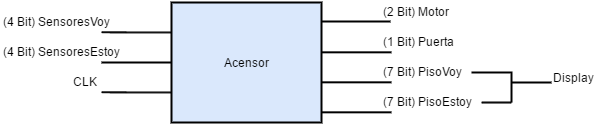
Above: Pictures/EntidadAscensor.png in enheragu/Elevator-VHDL (draw.io), before the change. Source tidied: cells renumbered, new cells last; positions are measured from the earlier drawing's top-left corner, leaving out a move shared by most shapes. Source of this version:
```xml
<mxGraphModel>
  <root>
    <mxCell id="0" style="html=1;" />
    <mxCell id="1" style="html=1;" parent="0" />
    <mxCell id="2" style="edgeStyle=orthogonalEdgeStyle;rounded=0;html=1;exitX=0;exitY=0.5;endArrow=none;endFill=0;jettySize=auto;strokeWidth=2;" parent="1" edge="1" source="6">
      <mxGeometry relative="1" as="geometry">
        <mxPoint x="100" y="60" as="targetPoint" />
      </mxGeometry>
    </mxCell>
    <mxCell id="3" style="edgeStyle=orthogonalEdgeStyle;rounded=0;html=1;exitX=0;exitY=0.25;endArrow=none;endFill=0;jettySize=auto;strokeWidth=2;" parent="1" edge="1" source="6">
      <mxGeometry relative="1" as="geometry">
        <mxPoint x="100" y="29.8" as="targetPoint" />
      </mxGeometry>
    </mxCell>
    <mxCell id="4" style="edgeStyle=orthogonalEdgeStyle;rounded=0;html=1;exitX=0;exitY=0.75;endArrow=none;endFill=0;jettySize=auto;strokeWidth=2;" parent="1" edge="1" source="6">
      <mxGeometry relative="1" as="geometry">
        <mxPoint x="100" y="89.8" as="targetPoint" />
      </mxGeometry>
    </mxCell>
    <mxCell id="5" style="edgeStyle=orthogonalEdgeStyle;rounded=0;html=1;exitX=1.006;exitY=0.139;endArrow=none;endFill=0;jettySize=auto;orthogonalLoop=1;strokeWidth=2;exitPerimeter=0;" parent="1" edge="1">
      <mxGeometry relative="1" as="geometry">
        <mxPoint x="319.7" y="19.3" as="sourcePoint" />
        <mxPoint x="389" y="19" as="targetPoint" />
        <Array as="points">
          <mxPoint x="389" y="19" />
        </Array>
      </mxGeometry>
    </mxCell>
    <mxCell id="6" value="Acensor" style="whiteSpace=wrap;html=1;strokeWidth=2;fillColor=#dae8fc;strokeColor=#000000;" parent="1" vertex="1">
      <mxGeometry x="170" width="150" height="120" as="geometry" />
    </mxCell>
    <mxCell id="7" value="(4 Bit) SensoresEstoy" style="text;html=1;align=left;verticalAlign=top;spacingTop=-4;" parent="1" vertex="1">
      <mxGeometry y="40" width="130" height="20" as="geometry" />
    </mxCell>
    <mxCell id="8" style="edgeStyle=orthogonalEdgeStyle;rounded=0;html=1;endArrow=none;endFill=0;jettySize=auto;strokeWidth=2;" parent="1" edge="1" source="9">
      <mxGeometry relative="1" as="geometry">
        <mxPoint x="510" y="100" as="targetPoint" />
      </mxGeometry>
    </mxCell>
    <mxCell id="9" value="(7 Bit) PisoEstoy" style="text;html=1;points=[];align=left;verticalAlign=top;spacingTop=-4;" parent="1" vertex="1">
      <mxGeometry x="380" y="90" width="100" height="20" as="geometry" />
    </mxCell>
    <mxCell id="10" style="edgeStyle=orthogonalEdgeStyle;rounded=0;html=1;exitX=1;exitY=0.75;endArrow=none;endFill=0;jettySize=auto;orthogonalLoop=1;strokeWidth=2;" parent="1" edge="1">
      <mxGeometry x="-439.9" y="-270.2" as="geometry">
        <mxPoint x="320.1" y="49.8" as="sourcePoint" />
        <mxPoint x="390" y="49.8" as="targetPoint" />
      </mxGeometry>
    </mxCell>
    <mxCell id="11" style="edgeStyle=orthogonalEdgeStyle;rounded=0;html=1;exitX=1;exitY=0.75;endArrow=none;endFill=0;jettySize=auto;orthogonalLoop=1;strokeWidth=2;" parent="1" edge="1">
      <mxGeometry x="-439.9" y="-210.2" as="geometry">
        <mxPoint x="320.1" y="109.8" as="sourcePoint" />
        <mxPoint x="390" y="109.8" as="targetPoint" />
      </mxGeometry>
    </mxCell>
    <mxCell id="12" style="edgeStyle=orthogonalEdgeStyle;rounded=0;html=1;exitX=1;exitY=0.75;endArrow=none;endFill=0;jettySize=auto;orthogonalLoop=1;strokeWidth=2;" parent="1" edge="1">
      <mxGeometry x="-439.9" y="-240.2" as="geometry">
        <mxPoint x="320.1" y="79.8" as="sourcePoint" />
        <mxPoint x="390" y="79.8" as="targetPoint" />
      </mxGeometry>
    </mxCell>
    <mxCell id="13" style="edgeStyle=orthogonalEdgeStyle;rounded=0;html=1;endArrow=none;endFill=0;jettySize=auto;strokeWidth=2;" parent="1" edge="1" source="14">
      <mxGeometry relative="1" as="geometry">
        <mxPoint x="510" y="100" as="targetPoint" />
      </mxGeometry>
    </mxCell>
    <mxCell id="14" value="(7 Bit) PisoVoy" style="text;html=1;points=[];align=left;verticalAlign=top;spacingTop=-4;" parent="1" vertex="1">
      <mxGeometry x="380" y="60" width="90" height="20" as="geometry" />
    </mxCell>
    <mxCell id="15" value="(1 Bit) Puerta" style="text;html=1;align=left;verticalAlign=top;spacingTop=-4;" parent="1" vertex="1">
      <mxGeometry x="380" y="30" width="90" height="20" as="geometry" />
    </mxCell>
    <mxCell id="16" value="(2 Bit) Motor" style="text;html=1;align=left;verticalAlign=top;spacingTop=-4;" parent="1" vertex="1">
      <mxGeometry x="380" width="80" height="20" as="geometry" />
    </mxCell>
    <mxCell id="17" value="(4 Bit) SensoresVoy" style="text;html=1;points=[];align=left;verticalAlign=top;spacingTop=-4;" parent="1" vertex="1">
      <mxGeometry y="10" width="120" height="20" as="geometry" />
    </mxCell>
    <mxCell id="18" value="CLK" style="text;html=1;align=left;verticalAlign=top;spacingTop=-4;" parent="1" vertex="1">
      <mxGeometry x="70" y="70" width="40" height="20" as="geometry" />
    </mxCell>
    <mxCell id="19" style="endArrow=none;html=1;strokeWidth=2;endFill=0;" parent="1" edge="1">
      <mxGeometry relative="1" as="geometry">
        <mxPoint x="510" y="80" as="sourcePoint" />
        <mxPoint x="550" y="80" as="targetPoint" />
        <Array as="points">
          <mxPoint x="530" y="80" />
        </Array>
      </mxGeometry>
    </mxCell>
    <mxCell id="20" value="Display" style="text;html=1;align=left;verticalAlign=top;spacingTop=-4;" parent="1" vertex="1">
      <mxGeometry x="550" y="66" width="60" height="20" as="geometry" />
    </mxCell>
  </root>
</mxGraphModel>
```
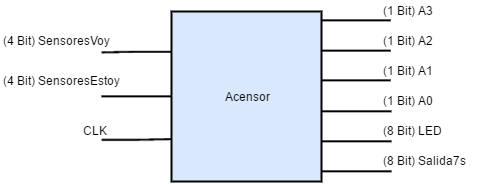
After the change.

The edit, as a diff of the source:
```diff
@@ -4,17 +4,27 @@
     <mxCell id="1" style="html=1;" parent="0" />
     <mxCell id="2" style="edgeStyle=orthogonalEdgeStyle;rounded=0;html=1;exitX=0;exitY=0.5;endArrow=none;endFill=0;jettySize=auto;strokeWidth=2;" parent="1" edge="1" source="6">
       <mxGeometry relative="1" as="geometry">
-        <mxPoint x="100" y="60" as="targetPoint" />
+        <mxPoint x="100" y="35" as="targetPoint" />
+        <Array as="points">
+          <mxPoint x="100" y="35" />
+        </Array>
       </mxGeometry>
     </mxCell>
-    <mxCell id="3" style="edgeStyle=orthogonalEdgeStyle;rounded=0;html=1;exitX=0;exitY=0.25;endArrow=none;endFill=0;jettySize=auto;strokeWidth=2;" parent="1" edge="1" source="6">
+    <mxCell id="3" style="edgeStyle=orthogonalEdgeStyle;rounded=0;html=1;exitX=0;exitY=0.25;endArrow=none;endFill=0;jettySize=auto;strokeWidth=2;entryX=0.834;entryY=1.05;entryPerimeter=0;" parent="1" edge="1" target="17">
       <mxGeometry relative="1" as="geometry">
-        <mxPoint x="100" y="29.8" as="targetPoint" />
+        <mxPoint x="170" y="-9.5" as="sourcePoint" />
+        <Array as="points">
+          <mxPoint x="135" y="-9" />
+        </Array>
       </mxGeometry>
     </mxCell>
     <mxCell id="4" style="edgeStyle=orthogonalEdgeStyle;rounded=0;html=1;exitX=0;exitY=0.75;endArrow=none;endFill=0;jettySize=auto;strokeWidth=2;" parent="1" edge="1" source="6">
       <mxGeometry relative="1" as="geometry">
-        <mxPoint x="100" y="89.8" as="targetPoint" />
+        <mxPoint x="100" y="78" as="targetPoint" />
+        <Array as="points">
+          <mxPoint x="135" y="78" />
+          <mxPoint x="100" y="78" />
+        </Array>
       </mxGeometry>
     </mxCell>
     <mxCell id="5" style="edgeStyle=orthogonalEdgeStyle;rounded=0;html=1;exitX=1.006;exitY=0.139;endArrow=none;endFill=0;jettySize=auto;orthogonalLoop=1;strokeWidth=2;exitPerimeter=0;" parent="1" edge="1">
@@ -27,17 +37,12 @@
       </mxGeometry>
     </mxCell>
     <mxCell id="6" value="Acensor" style="whiteSpace=wrap;html=1;strokeWidth=2;fillColor=#dae8fc;strokeColor=#000000;" parent="1" vertex="1">
-      <mxGeometry x="170" width="150" height="120" as="geometry" />
+      <mxGeometry x="170" y="-50" width="150" height="170" as="geometry" />
     </mxCell>
     <mxCell id="7" value="(4 Bit) SensoresEstoy" style="text;html=1;align=left;verticalAlign=top;spacingTop=-4;" parent="1" vertex="1">
-      <mxGeometry y="40" width="130" height="20" as="geometry" />
+      <mxGeometry y="10" width="130" height="20" as="geometry" />
     </mxCell>
-    <mxCell id="8" style="edgeStyle=orthogonalEdgeStyle;rounded=0;html=1;endArrow=none;endFill=0;jettySize=auto;strokeWidth=2;" parent="1" edge="1" source="9">
-      <mxGeometry relative="1" as="geometry">
-        <mxPoint x="510" y="100" as="targetPoint" />
-      </mxGeometry>
-    </mxCell>
-    <mxCell id="9" value="(7 Bit) PisoEstoy" style="text;html=1;points=[];align=left;verticalAlign=top;spacingTop=-4;" parent="1" vertex="1">
+    <mxCell id="9" value="(8 Bit) Salida7s" style="text;html=1;points=[];align=left;verticalAlign=top;spacingTop=-4;" parent="1" vertex="1">
       <mxGeometry x="380" y="90" width="100" height="20" as="geometry" />
     </mxCell>
     <mxCell id="10" style="edgeStyle=orthogonalEdgeStyle;rounded=0;html=1;exitX=1;exitY=0.75;endArrow=none;endFill=0;jettySize=auto;orthogonalLoop=1;strokeWidth=2;" parent="1" edge="1">
@@ -58,37 +63,44 @@
         <mxPoint x="390" y="79.8" as="targetPoint" />
       </mxGeometry>
     </mxCell>
-    <mxCell id="13" style="edgeStyle=orthogonalEdgeStyle;rounded=0;html=1;endArrow=none;endFill=0;jettySize=auto;strokeWidth=2;" parent="1" edge="1" source="14">
-      <mxGeometry relative="1" as="geometry">
-        <mxPoint x="510" y="100" as="targetPoint" />
-      </mxGeometry>
-    </mxCell>
-    <mxCell id="14" value="(7 Bit) PisoVoy" style="text;html=1;points=[];align=left;verticalAlign=top;spacingTop=-4;" parent="1" vertex="1">
-      <mxGeometry x="380" y="60" width="90" height="20" as="geometry" />
+    <mxCell id="14" value="(8 Bit) LED" style="text;html=1;points=[];align=left;verticalAlign=top;spacingTop=-4;" parent="1" vertex="1">
+      <mxGeometry x="380" y="60" width="70" height="20" as="geometry" />
     </mxCell>
-    <mxCell id="15" value="(1 Bit) Puerta" style="text;html=1;align=left;verticalAlign=top;spacingTop=-4;" parent="1" vertex="1">
-      <mxGeometry x="380" y="30" width="90" height="20" as="geometry" />
+    <mxCell id="15" value="(1 Bit) A0" style="text;html=1;align=left;verticalAlign=top;spacingTop=-4;" parent="1" vertex="1">
+      <mxGeometry x="380" y="30" width="70" height="20" as="geometry" />
     </mxCell>
-    <mxCell id="16" value="(2 Bit) Motor" style="text;html=1;align=left;verticalAlign=top;spacingTop=-4;" parent="1" vertex="1">
-      <mxGeometry x="380" width="80" height="20" as="geometry" />
+    <mxCell id="16" value="(1 Bit) A1" style="text;html=1;align=left;verticalAlign=top;spacingTop=-4;" parent="1" vertex="1">
+      <mxGeometry x="380" width="70" height="20" as="geometry" />
     </mxCell>
     <mxCell id="17" value="(4 Bit) SensoresVoy" style="text;html=1;points=[];align=left;verticalAlign=top;spacingTop=-4;" parent="1" vertex="1">
-      <mxGeometry y="10" width="120" height="20" as="geometry" />
+      <mxGeometry y="-30" width="120" height="20" as="geometry" />
     </mxCell>
     <mxCell id="18" value="CLK" style="text;html=1;align=left;verticalAlign=top;spacingTop=-4;" parent="1" vertex="1">
-      <mxGeometry x="70" y="70" width="40" height="20" as="geometry" />
+      <mxGeometry x="80" y="60" width="40" height="20" as="geometry" />
     </mxCell>
-    <mxCell id="19" style="endArrow=none;html=1;strokeWidth=2;endFill=0;" parent="1" edge="1">
-      <mxGeometry relative="1" as="geometry">
-        <mxPoint x="510" y="80" as="sourcePoint" />
-        <mxPoint x="550" y="80" as="targetPoint" />
-        <Array as="points">
-          <mxPoint x="530" y="80" />
-        </Array>
-      </mxGeometry>
-    </mxCell>
-    <mxCell id="20" value="Display" style="text;html=1;align=left;verticalAlign=top;spacingTop=-4;" parent="1" vertex="1">
-      <mxGeometry x="550" y="66" width="60" height="20" as="geometry" />
-    </mxCell>
+    <mxCell id="21" style="edgeStyle=orthogonalEdgeStyle;rounded=0;html=1;exitX=1.006;exitY=0.139;endArrow=none;endFill=0;jettySize=auto;orthogonalLoop=1;strokeWidth=2;exitPerimeter=0;" parent="1" edge="1">
+      <mxGeometry x="-440.4" y="-331" as="geometry">
+        <mxPoint x="319.6" y="-11" as="sourcePoint" />
+        <mxPoint x="389.1" y="-11" as="targetPoint" />
+        <Array as="points">
+          <mxPoint x="389" y="-11" />
+        </Array>
+      </mxGeometry>
+    </mxCell>
+    <mxCell id="22" value="(1 Bit) A2" style="text;html=1;align=left;verticalAlign=top;spacingTop=-4;" parent="1" vertex="1">
+      <mxGeometry x="380" y="-30" width="70" height="20" as="geometry" />
+    </mxCell>
+    <mxCell id="23" style="edgeStyle=orthogonalEdgeStyle;rounded=0;html=1;exitX=1.006;exitY=0.139;endArrow=none;endFill=0;jettySize=auto;orthogonalLoop=1;strokeWidth=2;exitPerimeter=0;" parent="1" edge="1">
+      <mxGeometry x="-440.4" y="-361" as="geometry">
+        <mxPoint x="319.6" y="-41" as="sourcePoint" />
+        <mxPoint x="389.1" y="-41" as="targetPoint" />
+        <Array as="points">
+          <mxPoint x="389" y="-41" />
+        </Array>
+      </mxGeometry>
+    </mxCell>
+    <mxCell id="24" value="(1 Bit) A3" style="text;html=1;align=left;verticalAlign=top;spacingTop=-4;" parent="1" vertex="1">
+      <mxGeometry x="380" y="-60" width="70" height="20" as="geometry" />
+    </mxCell>
   </root>
 </mxGraphModel>
```
